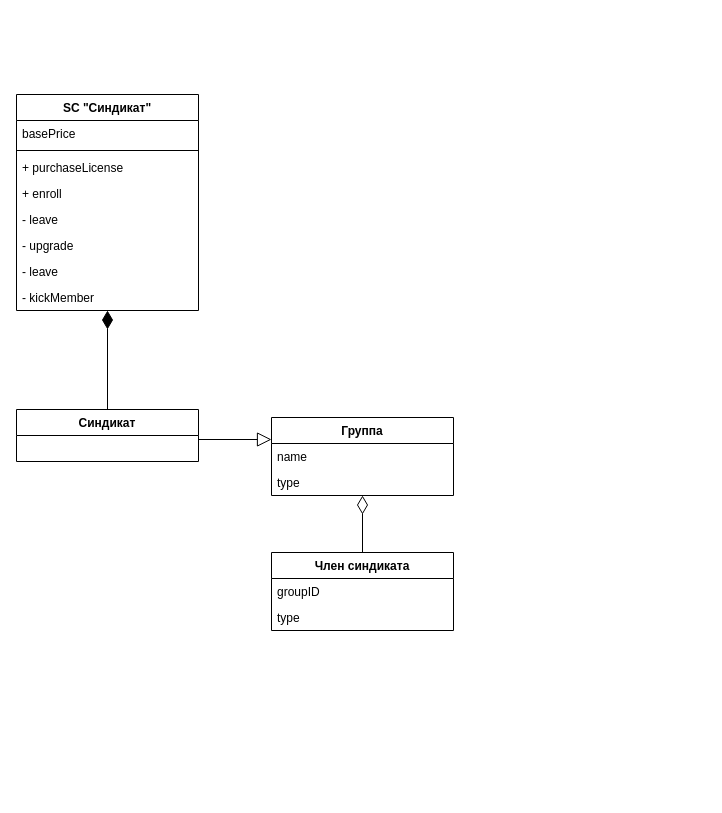
The draw.io diagram page "Синдикаты" (13 of 13) of Основная.drawio in careock/diagrams, before the edit. Source tidied: cells renumbered, new cells numbered last; positions are measured from the earlier drawing's top-left corner, leaving out a move shared by most shapes. Both pictures are drawn from the tidied source at 100%, with x=0, y=0 at pixel (16, 94).
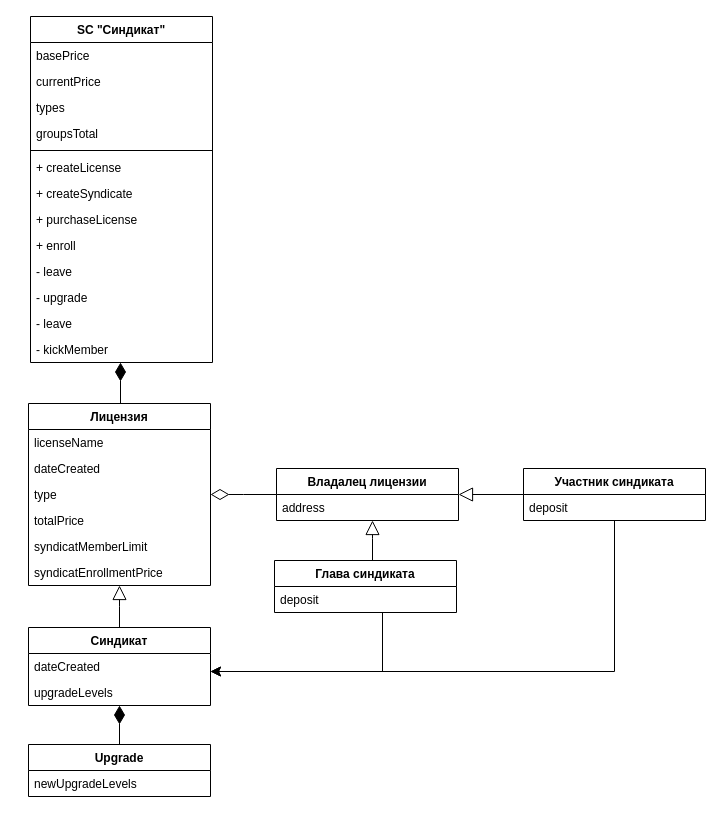
The same diagram, later.

The edit, as a diff of the source:
```diff
@@
     <mxCell id="2" value="SC &quot;Синдикат&quot;" style="swimlane;fontStyle=1;align=center;verticalAlign=top;horizontal=1;startSize=26;" parent="1" vertex="1">
-      <mxGeometry width="182" height="216" as="geometry" />
+      <mxGeometry x="14" y="-78" width="182" height="346" as="geometry" />
     </mxCell>
@@
+    <mxCell id="21" value="currentPrice" style="text;strokeColor=none;fillColor=none;align=left;verticalAlign=top;spacingLeft=4;spacingRight=4;overflow=hidden;rounded=1;" parent="2" vertex="1">
+      <mxGeometry y="52" width="182" height="26" as="geometry" />
+    </mxCell>
+    <mxCell id="22" value="types" style="text;strokeColor=none;fillColor=none;align=left;verticalAlign=top;spacingLeft=4;spacingRight=4;overflow=hidden;rounded=1;" parent="2" vertex="1">
+      <mxGeometry y="78" width="182" height="26" as="geometry" />
+    </mxCell>
+    <mxCell id="23" value="groupsTotal" style="text;strokeColor=none;fillColor=none;align=left;verticalAlign=top;spacingLeft=4;spacingRight=4;overflow=hidden;rounded=1;" parent="2" vertex="1">
+      <mxGeometry y="104" width="182" height="26" as="geometry" />
+    </mxCell>
     <mxCell id="4" style="line;strokeWidth=1;fillColor=none;align=left;verticalAlign=middle;spacingTop=-1;spacingLeft=3;spacingRight=3;labelPosition=right;strokeColor=inherit;rounded=0;" parent="2" vertex="1">
-      <mxGeometry y="52" width="182" height="8" as="geometry" />
+      <mxGeometry y="130" width="182" height="8" as="geometry" />
     </mxCell>
+    <mxCell id="24" value="+ createLicense" style="text;strokeColor=none;fillColor=none;align=left;verticalAlign=top;spacingLeft=4;spacingRight=4;overflow=hidden;rounded=1;" parent="2" vertex="1">
+      <mxGeometry y="138" width="182" height="26" as="geometry" />
+    </mxCell>
+    <mxCell id="25" value="+ createSyndicate" style="text;strokeColor=none;fillColor=none;align=left;verticalAlign=top;spacingLeft=4;spacingRight=4;overflow=hidden;rounded=1;" parent="2" vertex="1">
+      <mxGeometry y="164" width="182" height="26" as="geometry" />
+    </mxCell>
     <mxCell id="5" value="+ purchaseLicense" style="text;strokeColor=none;fillColor=none;align=left;verticalAlign=top;spacingLeft=4;spacingRight=4;overflow=hidden;rounded=1;" parent="2" vertex="1">
-      <mxGeometry y="60" width="182" height="26" as="geometry" />
+      <mxGeometry y="190" width="182" height="26" as="geometry" />
     </mxCell>
     <mxCell id="6" value="+ enroll" style="text;strokeColor=none;fillColor=none;align=left;verticalAlign=top;spacingLeft=4;spacingRight=4;overflow=hidden;rounded=1;" parent="2" vertex="1">
-      <mxGeometry y="86" width="182" height="26" as="geometry" />
+      <mxGeometry y="216" width="182" height="26" as="geometry" />
     </mxCell>
     <mxCell id="7" value="- leave" style="text;strokeColor=none;fillColor=none;align=left;verticalAlign=top;spacingLeft=4;spacingRight=4;overflow=hidden;rounded=1;" parent="2" vertex="1">
-      <mxGeometry y="112" width="182" height="26" as="geometry" />
+      <mxGeometry y="242" width="182" height="26" as="geometry" />
     </mxCell>
     <mxCell id="8" value="- upgrade" style="text;strokeColor=none;fillColor=none;align=left;verticalAlign=top;spacingLeft=4;spacingRight=4;overflow=hidden;rounded=1;" parent="2" vertex="1">
-      <mxGeometry y="138" width="182" height="26" as="geometry" />
+      <mxGeometry y="268" width="182" height="26" as="geometry" />
     </mxCell>
     <mxCell id="9" value="- leave" style="text;strokeColor=none;fillColor=none;align=left;verticalAlign=top;spacingLeft=4;spacingRight=4;overflow=hidden;rounded=1;" parent="2" vertex="1">
-      <mxGeometry y="164" width="182" height="26" as="geometry" />
+      <mxGeometry y="294" width="182" height="26" as="geometry" />
     </mxCell>
     <mxCell id="10" value="- kickMember" style="text;strokeColor=none;fillColor=none;align=left;verticalAlign=top;spacingLeft=4;spacingRight=4;overflow=hidden;rounded=1;" parent="2" vertex="1">
-      <mxGeometry y="190" width="182" height="26" as="geometry" />
+      <mxGeometry y="320" width="182" height="26" as="geometry" />
     </mxCell>
     <mxCell id="11" value="Синдикат" style="swimlane;fontStyle=1;align=center;verticalAlign=top;horizontal=1;startSize=26;" parent="1" vertex="1">
-      <mxGeometry y="315" width="182" height="52" as="geometry" />
+      <mxGeometry x="12" y="533" width="182" height="78" as="geometry" />
     </mxCell>
+    <mxCell id="26" value="dateCreated" style="text;strokeColor=none;fillColor=none;align=left;verticalAlign=top;spacingLeft=4;spacingRight=4;overflow=hidden;rounded=1;" parent="11" vertex="1">
+      <mxGeometry y="26" width="182" height="26" as="geometry" />
+    </mxCell>
+    <mxCell id="27" value="upgradeLevels" style="text;strokeColor=none;fillColor=none;align=left;verticalAlign=top;spacingLeft=4;spacingRight=4;overflow=hidden;rounded=1;" parent="11" vertex="1">
+      <mxGeometry y="52" width="182" height="26" as="geometry" />
+    </mxCell>
-    <mxCell id="12" value="Член синдиката" style="swimlane;fontStyle=1;align=center;verticalAlign=top;horizontal=1;startSize=26;" parent="1" vertex="1">
-      <mxGeometry x="255" y="458" width="182" height="78" as="geometry" />
+    <mxCell id="12" value="Владалец лицензии" style="swimlane;fontStyle=1;align=center;verticalAlign=top;horizontal=1;startSize=26;" parent="1" vertex="1">
+      <mxGeometry x="260" y="374" width="182" height="52" as="geometry" />
     </mxCell>
-    <mxCell id="13" value="groupID" style="text;strokeColor=none;fillColor=none;align=left;verticalAlign=top;spacingLeft=4;spacingRight=4;overflow=hidden;rounded=1;" parent="12" vertex="1">
-      <mxGeometry y="26" width="182" height="26" as="geometry" />
-    </mxCell>
-    <mxCell id="14" value="type" style="text;strokeColor=none;fillColor=none;align=left;verticalAlign=top;spacingLeft=4;spacingRight=4;overflow=hidden;rounded=1;" parent="12" vertex="1">
-      <mxGeometry y="52" width="182" height="26" as="geometry" />
-    </mxCell>
+    <mxCell id="28" value="address" style="text;strokeColor=none;fillColor=none;align=left;verticalAlign=top;spacingLeft=4;spacingRight=4;overflow=hidden;rounded=1;" parent="12" vertex="1">
+      <mxGeometry y="26" width="182" height="26" as="geometry" />
+    </mxCell>
-    <mxCell id="15" value="Группа" style="swimlane;fontStyle=1;align=center;verticalAlign=top;horizontal=1;startSize=26;" parent="1" vertex="1">
-      <mxGeometry x="255" y="323" width="182" height="78" as="geometry" />
+    <mxCell id="15" value="Лицензия" style="swimlane;fontStyle=1;align=center;verticalAlign=top;horizontal=1;startSize=26;" parent="1" vertex="1">
+      <mxGeometry x="12" y="309" width="182" height="182" as="geometry" />
     </mxCell>
-    <mxCell id="16" value="name" style="text;strokeColor=none;fillColor=none;align=left;verticalAlign=top;spacingLeft=4;spacingRight=4;overflow=hidden;rounded=1;" parent="15" vertex="1">
+    <mxCell id="16" value="licenseName" style="text;strokeColor=none;fillColor=none;align=left;verticalAlign=top;spacingLeft=4;spacingRight=4;overflow=hidden;rounded=1;" parent="15" vertex="1">
       <mxGeometry y="26" width="182" height="26" as="geometry" />
     </mxCell>
+    <mxCell id="29" value="dateCreated" style="text;strokeColor=none;fillColor=none;align=left;verticalAlign=top;spacingLeft=4;spacingRight=4;overflow=hidden;rounded=1;" parent="15" vertex="1">
+      <mxGeometry y="52" width="182" height="26" as="geometry" />
+    </mxCell>
+    <mxCell id="14" value="type" style="text;strokeColor=none;fillColor=none;align=left;verticalAlign=top;spacingLeft=4;spacingRight=4;overflow=hidden;rounded=1;" parent="15" vertex="1">
+      <mxGeometry y="78" width="182" height="26" as="geometry" />
+    </mxCell>
+    <mxCell id="30" value="totalPrice" style="text;strokeColor=none;fillColor=none;align=left;verticalAlign=top;spacingLeft=4;spacingRight=4;overflow=hidden;rounded=1;" parent="15" vertex="1">
+      <mxGeometry y="104" width="182" height="26" as="geometry" />
+    </mxCell>
+    <mxCell id="31" value="syndicatMemberLimit" style="text;strokeColor=none;fillColor=none;align=left;verticalAlign=top;spacingLeft=4;spacingRight=4;overflow=hidden;rounded=1;" parent="15" vertex="1">
+      <mxGeometry y="130" width="182" height="26" as="geometry" />
+    </mxCell>
-    <mxCell id="17" value="type" style="text;strokeColor=none;fillColor=none;align=left;verticalAlign=top;spacingLeft=4;spacingRight=4;overflow=hidden;rounded=1;" parent="15" vertex="1">
-      <mxGeometry y="52" width="182" height="26" as="geometry" />
+    <mxCell id="17" value="syndicatEnrollmentPrice" style="text;strokeColor=none;fillColor=none;align=left;verticalAlign=top;spacingLeft=4;spacingRight=4;overflow=hidden;rounded=1;" parent="15" vertex="1">
+      <mxGeometry y="156" width="182" height="26" as="geometry" />
     </mxCell>
@@
-    <mxCell id="20" style="edgeStyle=elbowEdgeStyle;rounded=0;jettySize=auto;html=1;endArrow=diamondThin;endFill=1;endSize=16;" parent="1" edge="1" source="11" target="2">
+    <mxCell id="20" style="edgeStyle=elbowEdgeStyle;rounded=0;jettySize=auto;html=1;endArrow=diamondThin;endFill=1;endSize=16;" parent="1" edge="1" source="15" target="2">
       <mxGeometry relative="1" as="geometry" />
     </mxCell>
+    <mxCell id="32" value="Upgrade" style="swimlane;fontStyle=1;align=center;verticalAlign=top;horizontal=1;startSize=26;" parent="1" vertex="1">
+      <mxGeometry x="12" y="650" width="182" height="52" as="geometry" />
+    </mxCell>
+    <mxCell id="33" value="newUpgradeLevels" style="text;strokeColor=none;fillColor=none;align=left;verticalAlign=top;spacingLeft=4;spacingRight=4;overflow=hidden;rounded=1;" parent="32" vertex="1">
+      <mxGeometry y="26" width="182" height="26" as="geometry" />
+    </mxCell>
+    <mxCell id="34" style="edgeStyle=elbowEdgeStyle;rounded=0;jettySize=auto;html=1;endArrow=diamondThin;endFill=1;endSize=16;" parent="1" edge="1" source="32" target="11">
+      <mxGeometry relative="1" as="geometry" />
+    </mxCell>
+    <mxCell id="35" style="edgeStyle=orthogonalEdgeStyle;rounded=0;jettySize=auto;html=1;fontSize=12;startSize=8;endSize=8;endArrow=classic;endFill=1;" parent="1" edge="1" source="36" target="11">
+      <mxGeometry relative="1" as="geometry">
+        <Array as="points">
+          <mxPoint x="366" y="577" />
+        </Array>
+      </mxGeometry>
+    </mxCell>
+    <mxCell id="36" value="Глава синдиката" style="swimlane;fontStyle=1;align=center;verticalAlign=top;horizontal=1;startSize=26;" parent="1" vertex="1">
+      <mxGeometry x="258" y="466" width="182" height="52" as="geometry" />
+    </mxCell>
+    <mxCell id="37" value="deposit" style="text;strokeColor=none;fillColor=none;align=left;verticalAlign=top;spacingLeft=4;spacingRight=4;overflow=hidden;rounded=1;" parent="36" vertex="1">
+      <mxGeometry y="26" width="182" height="26" as="geometry" />
+    </mxCell>
+    <mxCell id="38" style="edgeStyle=elbowEdgeStyle;rounded=0;jettySize=auto;html=1;fontSize=12;startSize=8;endSize=12;endArrow=block;endFill=0;elbow=vertical;" parent="1" edge="1" source="36" target="12">
+      <mxGeometry relative="1" as="geometry">
+        <Array as="points">
+          <mxPoint x="356" y="444" />
+        </Array>
+      </mxGeometry>
+    </mxCell>
+    <mxCell id="39" value="Участник синдиката" style="swimlane;fontStyle=1;align=center;verticalAlign=top;horizontal=1;startSize=26;" parent="1" vertex="1">
+      <mxGeometry x="507" y="374" width="182" height="52" as="geometry" />
+    </mxCell>
+    <mxCell id="40" value="deposit" style="text;strokeColor=none;fillColor=none;align=left;verticalAlign=top;spacingLeft=4;spacingRight=4;overflow=hidden;rounded=1;" parent="39" vertex="1">
+      <mxGeometry y="26" width="182" height="26" as="geometry" />
+    </mxCell>
+    <mxCell id="41" style="edgeStyle=elbowEdgeStyle;rounded=0;jettySize=auto;html=1;fontSize=12;startSize=8;endSize=12;endArrow=block;endFill=0;elbow=vertical;" parent="1" edge="1" source="39" target="12">
+      <mxGeometry relative="1" as="geometry" />
+    </mxCell>
+    <mxCell id="42" style="edgeStyle=elbowEdgeStyle;rounded=0;jettySize=auto;html=1;fontSize=12;startSize=8;endSize=8;endArrow=classic;endFill=1;elbow=vertical;" parent="1" edge="1" source="39" target="11">
+      <mxGeometry relative="1" as="geometry">
+        <Array as="points">
+          <mxPoint x="229" y="577" />
+        </Array>
+      </mxGeometry>
+    </mxCell>
```
